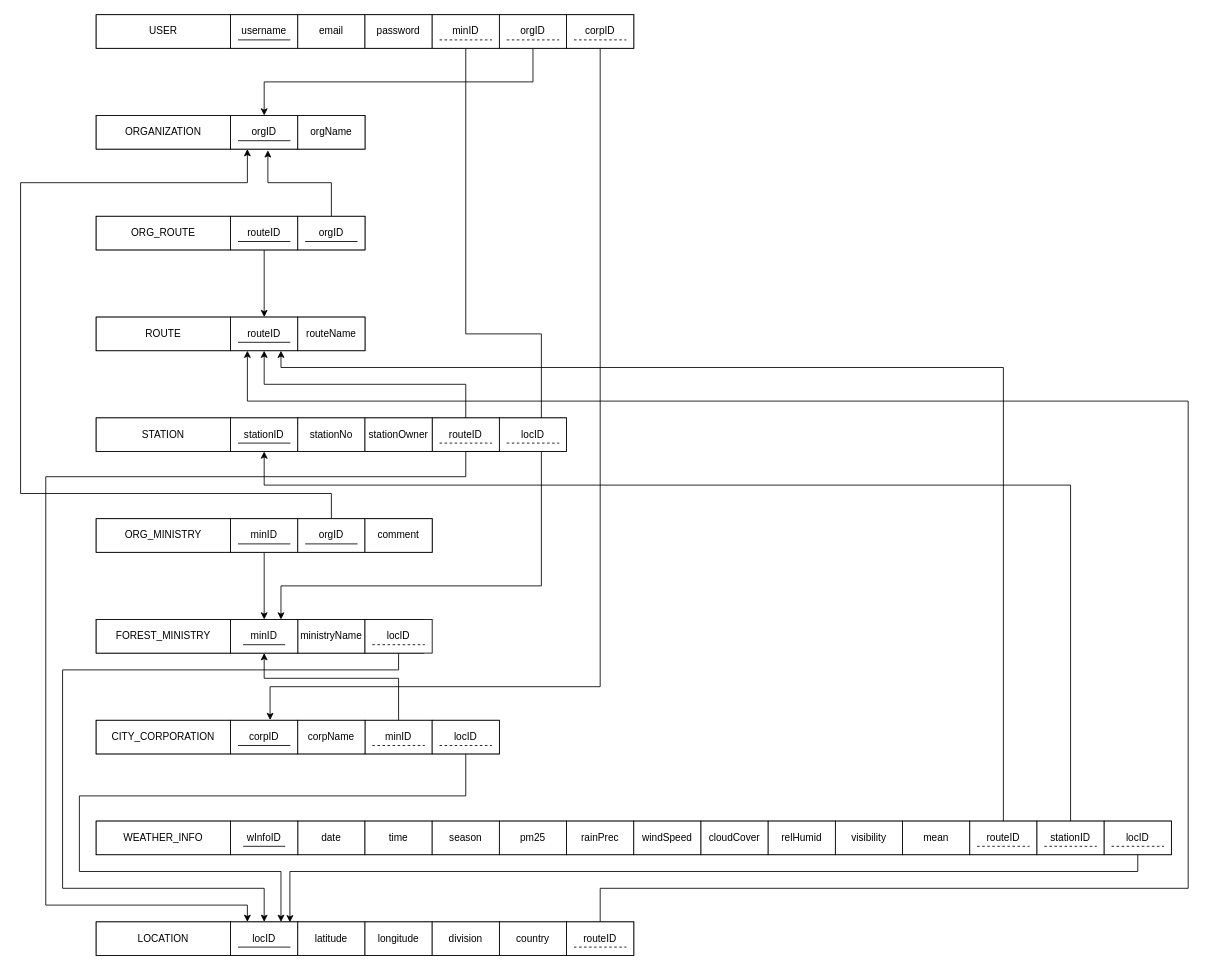
Earlier version of the draw.io diagram z-design/RELATIONAL_SCHEMA.drawio (zorojuro75/CSE303-sec-03-Group-03). Source tidied: cells renumbered, new cells numbered last; positions are measured from the earlier drawing's top-left corner, leaving out a move shared by most shapes. Both pictures are drawn from the tidied source at 84%, with x=0, y=0 at pixel (20, 14).
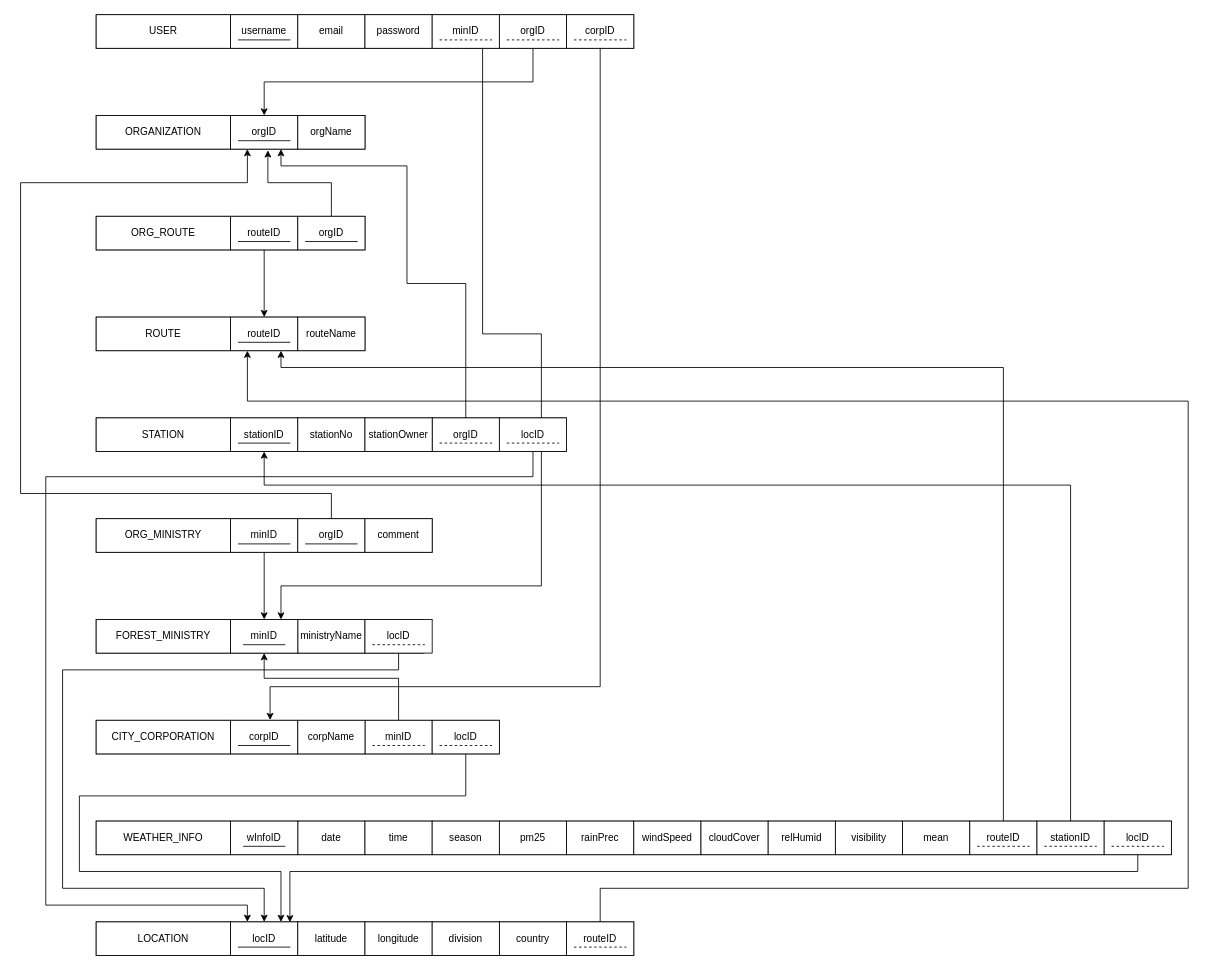
The same diagram, later.

Unchanged cells that the change refers to:
```xml
<mxCell id="9" value="orgID" style="rounded=0;whiteSpace=wrap;html=1;" parent="1" vertex="1">
  <mxGeometry x="250" y="120" width="80" height="40" as="geometry" />
</mxCell>
<mxCell id="13" value="routeID" style="rounded=0;whiteSpace=wrap;html=1;" parent="1" vertex="1">
  <mxGeometry x="250" y="360" width="80" height="40" as="geometry" />
</mxCell>
<mxCell id="38" value="minID" style="rounded=0;whiteSpace=wrap;html=1;" parent="1" vertex="1">
  <mxGeometry x="490" width="80" height="40" as="geometry" />
</mxCell>
<mxCell id="53" value="minID" style="rounded=0;whiteSpace=wrap;html=1;" parent="1" vertex="1">
  <mxGeometry x="250" y="720" width="80" height="40" as="geometry" />
</mxCell>
<mxCell id="60" value="locID" style="rounded=0;whiteSpace=wrap;html=1;" parent="1" vertex="1">
  <mxGeometry x="250" y="1080" width="80" height="40" as="geometry" />
</mxCell>
<mxCell id="89" value="locID" style="rounded=0;whiteSpace=wrap;html=1;" parent="1" vertex="1">
  <mxGeometry x="570" y="480" width="80" height="40" as="geometry" />
</mxCell>
```

Change to the diagram source:
```diff
@@
     <mxCell id="37" style="edgeStyle=orthogonalEdgeStyle;rounded=0;jettySize=auto;html=1;exitX=0.5;exitY=1;exitDx=0;exitDy=0;entryX=0.75;entryY=0;entryDx=0;entryDy=0;" parent="1" edge="1" source="38" target="53">
       <mxGeometry relative="1" as="geometry">
         <Array as="points">
-          <mxPoint x="530" y="380" />
+          <mxPoint x="550" y="40" />
+          <mxPoint x="550" y="380" />
           <mxPoint x="620" y="380" />
           <mxPoint x="620" y="680" />
           <mxPoint x="310" y="680" />
         </Array>
       </mxGeometry>
     </mxCell>
@@
-    <mxCell id="85" style="edgeStyle=orthogonalEdgeStyle;rounded=0;jettySize=auto;html=1;exitX=0.5;exitY=0;exitDx=0;exitDy=0;entryX=0.5;entryY=1;entryDx=0;entryDy=0;" parent="1" edge="1" source="86" target="13">
-      <mxGeometry relative="1" as="geometry" />
+    <mxCell id="85" style="edgeStyle=orthogonalEdgeStyle;rounded=0;jettySize=auto;html=1;exitX=0.5;exitY=0;exitDx=0;exitDy=0;entryX=0.75;entryY=1;entryDx=0;entryDy=0;" parent="1" edge="1" source="86" target="9">
+      <mxGeometry relative="1" as="geometry">
+        <Array as="points">
+          <mxPoint x="530" y="320" />
+          <mxPoint x="460" y="320" />
+          <mxPoint x="460" y="180" />
+          <mxPoint x="310" y="180" />
+        </Array>
+      </mxGeometry>
     </mxCell>
-    <mxCell id="86" value="routeID" style="rounded=0;whiteSpace=wrap;html=1;" parent="1" vertex="1">
+    <mxCell id="86" value="orgID" style="rounded=0;whiteSpace=wrap;html=1;" parent="1" vertex="1">
       <mxGeometry x="490" y="480" width="80" height="40" as="geometry" />
     </mxCell>
@@
     <mxCell id="88" style="edgeStyle=orthogonalEdgeStyle;rounded=0;jettySize=auto;html=1;exitX=0.5;exitY=1;exitDx=0;exitDy=0;entryX=0.25;entryY=0;entryDx=0;entryDy=0;" parent="1" edge="1" source="89" target="60">
       <mxGeometry relative="1" as="geometry">
         <Array as="points">
-          <mxPoint x="530" y="550" />
+          <mxPoint x="610" y="550" />
           <mxPoint x="30" y="550" />
           <mxPoint x="30" y="1060" />
           <mxPoint x="270" y="1060" />
         </Array>
       </mxGeometry>
     </mxCell>
```
